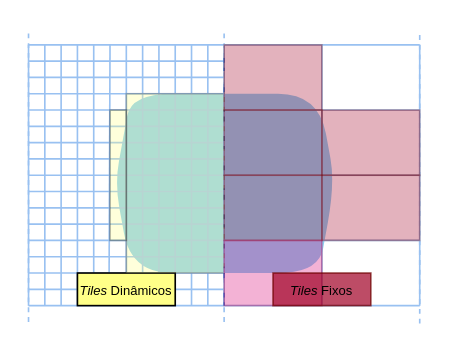
Before: FixTILES.drawio in gughets/mrleo, a draw.io diagram. Source tidied: cells renumbered, new cells numbered last; positions are measured from the earlier drawing's top-left corner, leaving out a move shared by most shapes. Both pictures are drawn from the tidied source at 163%, with x=0, y=0 at pixel (28, 28).
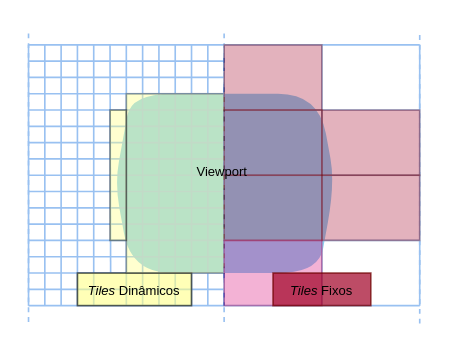
The same diagram, later.

Change to the diagram source:
```diff
@@
-    <mxCell id="34" style="endArrow=none;html=1;rounded=0;strokeColor=#99C1F1;exitX=0.324;exitY=0.008;exitDx=0;exitDy=0;exitPerimeter=0;" parent="1" edge="1" source="42">
+    <mxCell id="34" style="endArrow=none;html=1;rounded=0;strokeColor=#99C1F1;exitX=0.291;exitY=-0.01;exitDx=0;exitDy=0;exitPerimeter=0;" parent="1" edge="1" source="42">
       <mxGeometry relative="1" as="geometry">
         <mxPoint x="50" y="10" as="targetPoint" />
       </mxGeometry>
     </mxCell>
@@
-    <mxCell id="42" value="&lt;font style=&quot;font-size: 8px;&quot;&gt;&lt;i&gt;Tiles&lt;/i&gt; Dinâmicos&lt;br&gt;&lt;/font&gt;" style="whiteSpace=wrap;html=1;align=center;newEdgeStyle={&quot;edgeStyle&quot;:&quot;elbowEdgeStyle&quot;,&quot;startArrow&quot;:&quot;none&quot;,&quot;endArrow&quot;:&quot;none&quot;};fillColor=#ffff88;" parent="1" vertex="1">
-      <mxGeometry x="30" y="150" width="60" height="20" as="geometry" />
+    <mxCell id="42" value="&lt;font style=&quot;font-size: 8px;&quot;&gt;&lt;font face=&quot;Firas Sans&quot;&gt;&lt;i&gt;Tiles&lt;/i&gt; Dinâmicos&lt;/font&gt;&lt;br&gt;&lt;/font&gt;" style="whiteSpace=wrap;html=1;align=center;newEdgeStyle={&quot;edgeStyle&quot;:&quot;elbowEdgeStyle&quot;,&quot;startArrow&quot;:&quot;none&quot;,&quot;endArrow&quot;:&quot;none&quot;};fillColor=#ffff88;opacity=60;" parent="1" vertex="1">
+      <mxGeometry x="30" y="150" width="70" height="20" as="geometry" />
     </mxCell>
-    <mxCell id="43" style="rounded=0;whiteSpace=wrap;html=1;opacity=30;fillColor=#ffff88;strokeColor=#36393d;" parent="1" vertex="1">
+    <mxCell id="43" style="rounded=0;whiteSpace=wrap;html=1;opacity=40;fillColor=#ffff88;strokeColor=#36393d;strokeWidth=1;" parent="1" vertex="1">
       <mxGeometry x="60" y="40" width="60" height="110" as="geometry" />
     </mxCell>
-    <mxCell id="44" style="rounded=0;whiteSpace=wrap;html=1;opacity=30;fillColor=#ffff88;" parent="1" vertex="1">
+    <mxCell id="44" style="rounded=0;whiteSpace=wrap;html=1;opacity=40;fillColor=#ffff88;strokeWidth=1;" parent="1" vertex="1">
       <mxGeometry x="50" y="50" width="10" height="80" as="geometry" />
     </mxCell>
@@
-    <mxCell id="52" value="&lt;font style=&quot;font-size: 8px;&quot;&gt;&lt;i&gt;Tiles&lt;/i&gt; Fixos&lt;/font&gt;" style="whiteSpace=wrap;html=1;align=center;newEdgeStyle={&quot;edgeStyle&quot;:&quot;elbowEdgeStyle&quot;,&quot;startArrow&quot;:&quot;none&quot;,&quot;endArrow&quot;:&quot;none&quot;};fillColor=#A20025;fontColor=#000000;strokeColor=#6F0000;opacity=70;" parent="1" vertex="1">
+    <mxCell id="52" value="&lt;font style=&quot;font-size: 8px;&quot; face=&quot;Firas Sans&quot;&gt;&lt;i&gt;Tiles&lt;/i&gt; Fixos&lt;/font&gt;" style="whiteSpace=wrap;html=1;align=center;newEdgeStyle={&quot;edgeStyle&quot;:&quot;elbowEdgeStyle&quot;,&quot;startArrow&quot;:&quot;none&quot;,&quot;endArrow&quot;:&quot;none&quot;};fillColor=#A20025;fontColor=#000000;strokeColor=#6F0000;opacity=70;" parent="1" vertex="1">
       <mxGeometry x="150" y="150" width="60" height="20" as="geometry" />
     </mxCell>
@@
+    <mxCell id="54" value="&lt;font style=&quot;font-size: 8px;&quot;&gt;Viewport&lt;/font&gt;" style="text;html=1;strokeColor=none;fillColor=none;align=center;verticalAlign=middle;whiteSpace=wrap;rounded=0;fontStyle=0;fontFamily=Firas Sans;" parent="1" vertex="1">
+      <mxGeometry x="89" y="72" width="60" height="30" as="geometry" />
+    </mxCell>
```
